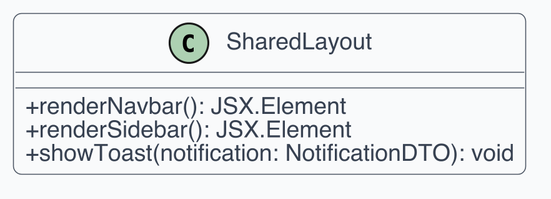
Before: src/PB/Documentazione Esterna/Contenuti/componenti_specifiche_tecniche/assets/uml_frontend/05_sharedlayout.png, a diagram exported from PlantUML (swenightpro/Documentazione).
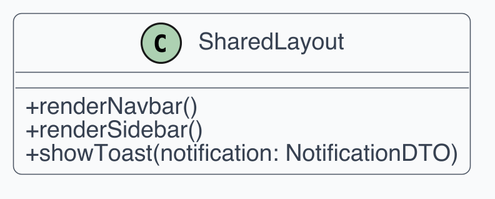
The same file after the commit.

Diff of the diagram source:
```diff
@@ -1,8 +1,24 @@
 @startuml
-!include _style.iuml
-class SharedLayout {
-  +renderNavbar(): JSX.Element
-  +renderSidebar(): JSX.Element
-  +showToast(notification: NotificationDTO): void
+skinparam dpi 300
+skinparam shadowing false
+skinparam backgroundColor White
+skinparam defaultFontName Helvetica
+skinparam defaultFontSize 12
+skinparam ArrowColor #4B5563
+skinparam ArrowThickness 1
+skinparam roundcorner 8
+skinparam class {
+  BackgroundColor #F9FAFB
+  BorderColor #4B5563
+  FontColor #111827
+  AttributeFontColor #374151
+  StereotypeFontColor #6B7280
+}
+skinparam classAttributeIconSize 0
+
+class "SharedLayout" as C1 {
+  + renderNavbar()
+  + renderSidebar()
+  + showToast(notification: NotificationDTO)
 }
 @enduml
```
